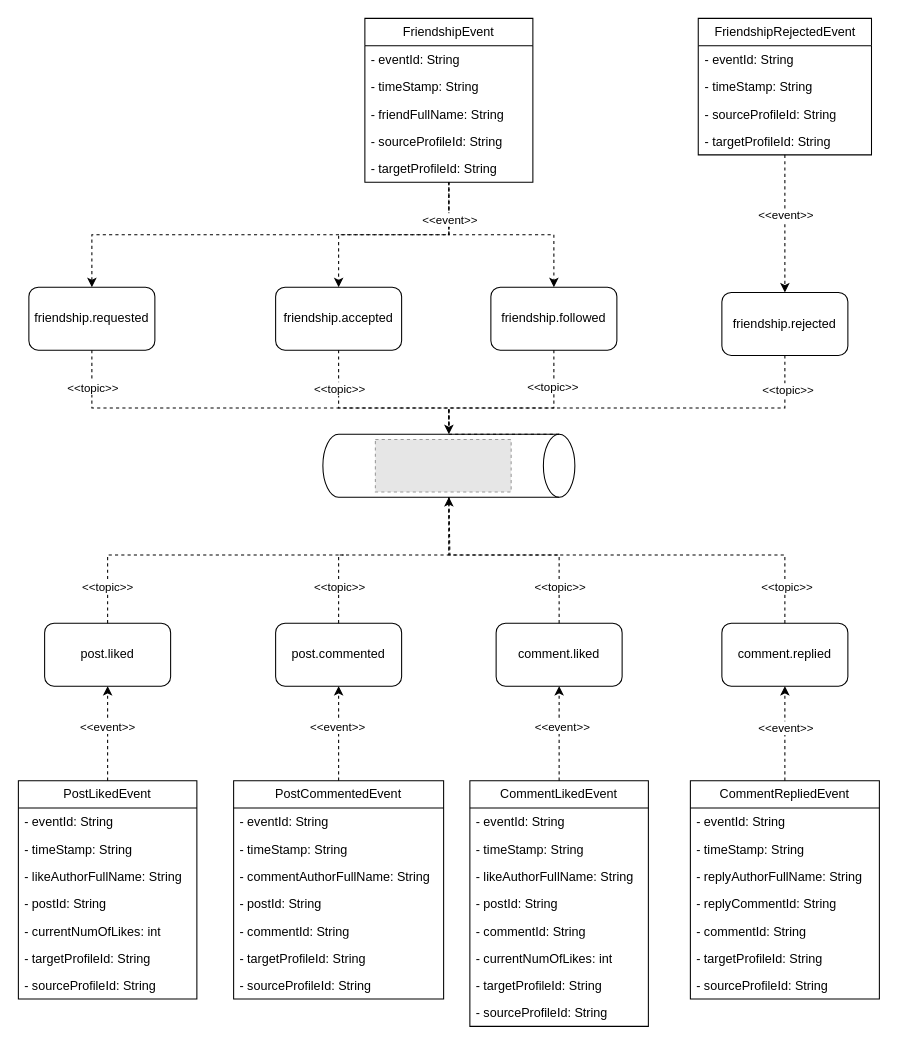
This is services/notifications/notifications-service/diagrams/notifications-kafka.drawio from szymonpoltorak/Social365, a draw.io file, before an edit. Source tidied: cells renumbered, new cells numbered last; positions are measured from the earlier drawing's top-left corner, leaving out a move shared by most shapes. Both pictures are drawn from the tidied source at 105%, with x=0, y=0 at pixel (18, 18). Pictures stored in the file or linked from it are replaced by grey dashed boxes.
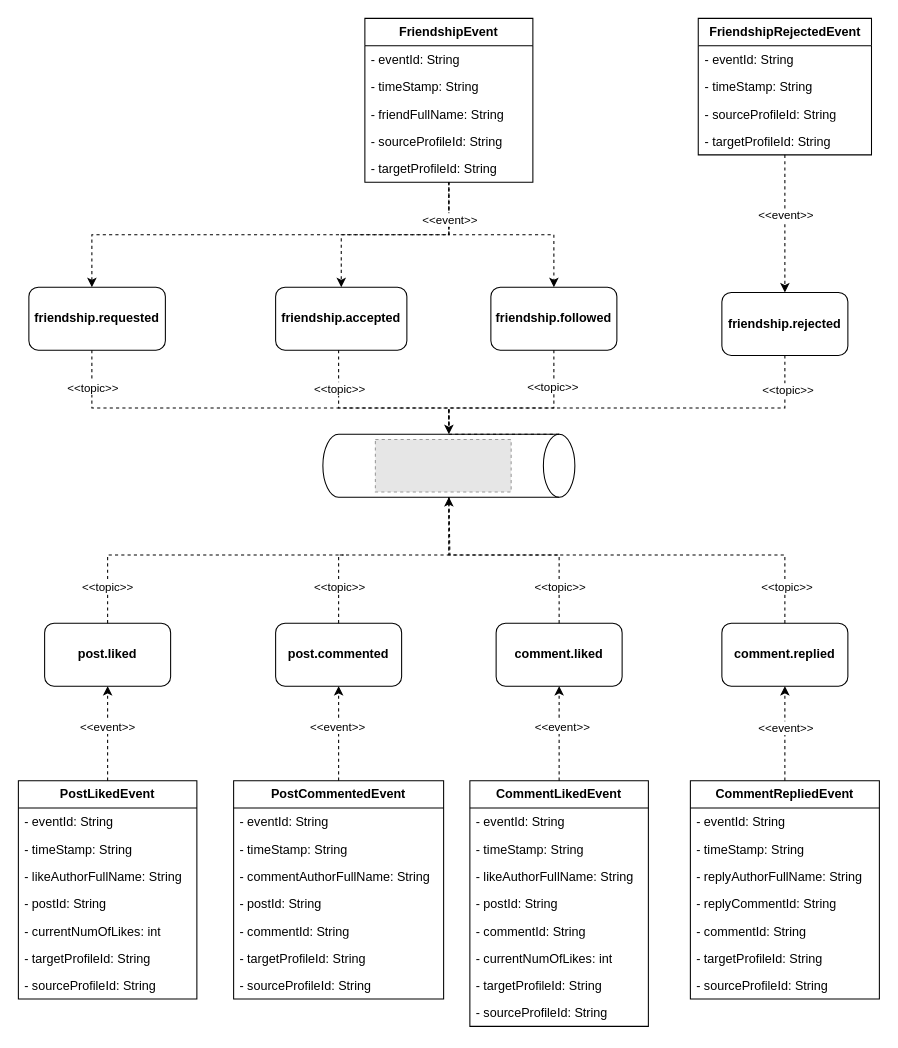
Above is the later version.

Change to the diagram source:
```diff
@@
-    <mxCell id="5" value="post.liked" style="rounded=1;whiteSpace=wrap;html=1;" parent="1" vertex="1">
+    <mxCell id="5" value="&lt;b&gt;post.liked&lt;/b&gt;" style="rounded=1;whiteSpace=wrap;html=1;" parent="1" vertex="1">
       <mxGeometry x="25" y="576" width="120" height="60" as="geometry" />
     </mxCell>
-    <mxCell id="6" value="post.commented" style="rounded=1;whiteSpace=wrap;html=1;" parent="1" vertex="1">
+    <mxCell id="6" value="&lt;b&gt;post.commented&lt;/b&gt;" style="rounded=1;whiteSpace=wrap;html=1;" parent="1" vertex="1">
       <mxGeometry x="245" y="576" width="120" height="60" as="geometry" />
     </mxCell>
-    <mxCell id="7" value="comment.liked" style="rounded=1;whiteSpace=wrap;html=1;" parent="1" vertex="1">
+    <mxCell id="7" value="&lt;b&gt;comment.liked&lt;/b&gt;" style="rounded=1;whiteSpace=wrap;html=1;" parent="1" vertex="1">
       <mxGeometry x="455" y="576" width="120" height="60" as="geometry" />
     </mxCell>
-    <mxCell id="8" value="comment.replied" style="rounded=1;whiteSpace=wrap;html=1;" parent="1" vertex="1">
+    <mxCell id="8" value="&lt;b&gt;comment.replied&lt;/b&gt;" style="rounded=1;whiteSpace=wrap;html=1;" parent="1" vertex="1">
       <mxGeometry x="670" y="576" width="120" height="60" as="geometry" />
     </mxCell>
@@
-    <mxCell id="10" value="friendship.requested" style="rounded=1;whiteSpace=wrap;html=1;" parent="1" vertex="1">
-      <mxGeometry x="10" y="256" width="120" height="60" as="geometry" />
+    <mxCell id="10" value="&lt;b&gt;friendship.requested&lt;/b&gt;" style="rounded=1;whiteSpace=wrap;html=1;" parent="1" vertex="1">
+      <mxGeometry x="10" y="256" width="130" height="60" as="geometry" />
     </mxCell>
-    <mxCell id="11" value="friendship.accepted" style="rounded=1;whiteSpace=wrap;html=1;" parent="1" vertex="1">
-      <mxGeometry x="245" y="256" width="120" height="60" as="geometry" />
+    <mxCell id="11" value="&lt;b&gt;friendship.accepted&lt;/b&gt;" style="rounded=1;whiteSpace=wrap;html=1;" parent="1" vertex="1">
+      <mxGeometry x="245" y="256" width="125" height="60" as="geometry" />
     </mxCell>
-    <mxCell id="12" value="friendship.followed" style="rounded=1;whiteSpace=wrap;html=1;" parent="1" vertex="1">
+    <mxCell id="12" value="&lt;b&gt;friendship.followed&lt;/b&gt;" style="rounded=1;whiteSpace=wrap;html=1;" parent="1" vertex="1">
       <mxGeometry x="450" y="256" width="120" height="60" as="geometry" />
     </mxCell>
@@
-    <mxCell id="29" value="PostLikedEvent" style="swimlane;fontStyle=0;horizontal=1;startSize=26;fillColor=none;whiteSpace=wrap;html=1;points=[[0,0,0,0,0],[0,0.25,0,0,0],[0,0.5,0,0,0],[0,0.75,0,0,0],[0,1,0,0,0],[0.25,0,0,0,0],[0.25,1,0,0,0],[0.5,0,0,0,0],[0.5,1,0,0,0],[0.75,0,0,0,0],[0.75,1,0,0,0],[1,0,0,0,0],[1,0.25,0,0,0],[1,0.5,0,0,0],[1,0.75,0,0,0],[1,1,0,0,0]];" parent="1" vertex="1">
+    <mxCell id="29" value="&lt;b&gt;PostLikedEvent&lt;/b&gt;" style="swimlane;fontStyle=0;horizontal=1;startSize=26;fillColor=none;whiteSpace=wrap;html=1;points=[[0,0,0,0,0],[0,0.25,0,0,0],[0,0.5,0,0,0],[0,0.75,0,0,0],[0,1,0,0,0],[0.25,0,0,0,0],[0.25,1,0,0,0],[0.5,0,0,0,0],[0.5,1,0,0,0],[0.75,0,0,0,0],[0.75,1,0,0,0],[1,0,0,0,0],[1,0.25,0,0,0],[1,0.5,0,0,0],[1,0.75,0,0,0],[1,1,0,0,0]];" parent="1" vertex="1">
       <mxGeometry y="726" width="170" height="208" as="geometry" />
     </mxCell>
@@
-    <mxCell id="39" value="PostCommentedEvent" style="swimlane;fontStyle=0;horizontal=1;startSize=26;fillColor=none;whiteSpace=wrap;html=1;" parent="1" vertex="1">
+    <mxCell id="39" value="&lt;b&gt;PostCommentedEvent&lt;/b&gt;" style="swimlane;fontStyle=0;horizontal=1;startSize=26;fillColor=none;whiteSpace=wrap;html=1;" parent="1" vertex="1">
       <mxGeometry x="205" y="726" width="200" height="208" as="geometry" />
     </mxCell>
@@
-    <mxCell id="49" value="CommentLikedEvent" style="swimlane;fontStyle=0;horizontal=1;startSize=26;fillColor=none;whiteSpace=wrap;html=1;" parent="1" vertex="1">
+    <mxCell id="49" value="&lt;b&gt;CommentLikedEvent&lt;/b&gt;" style="swimlane;fontStyle=0;horizontal=1;startSize=26;fillColor=none;whiteSpace=wrap;html=1;" parent="1" vertex="1">
       <mxGeometry x="430" y="726" width="170" height="234" as="geometry" />
     </mxCell>
@@
-    <mxCell id="60" value="CommentRepliedEvent" style="swimlane;fontStyle=0;horizontal=1;startSize=26;fillColor=none;whiteSpace=wrap;html=1;" parent="1" vertex="1">
+    <mxCell id="60" value="&lt;b&gt;CommentRepliedEvent&lt;/b&gt;" style="swimlane;fontStyle=0;horizontal=1;startSize=26;fillColor=none;whiteSpace=wrap;html=1;" parent="1" vertex="1">
       <mxGeometry x="640" y="726" width="180" height="208" as="geometry" />
     </mxCell>
@@
-    <mxCell id="71" value="FriendshipEvent" style="swimlane;fontStyle=0;horizontal=1;startSize=26;fillColor=none;whiteSpace=wrap;html=1;" parent="1" vertex="1">
+    <mxCell id="71" value="&lt;b&gt;FriendshipEvent&lt;/b&gt;" style="swimlane;fontStyle=0;horizontal=1;startSize=26;fillColor=none;whiteSpace=wrap;html=1;" parent="1" vertex="1">
       <mxGeometry x="330" width="160" height="156" as="geometry" />
     </mxCell>
@@
-    <mxCell id="77" value="friendship.rejected" style="rounded=1;whiteSpace=wrap;html=1;" parent="1" vertex="1">
+    <mxCell id="77" value="&lt;b&gt;friendship.rejected&lt;/b&gt;" style="rounded=1;whiteSpace=wrap;html=1;" parent="1" vertex="1">
       <mxGeometry x="670" y="261" width="120" height="60" as="geometry" />
     </mxCell>
@@
-    <mxCell id="82" value="FriendshipRejectedEvent" style="swimlane;fontStyle=0;horizontal=1;startSize=26;fillColor=none;whiteSpace=wrap;html=1;" parent="1" vertex="1">
+    <mxCell id="82" value="&lt;b&gt;FriendshipRejectedEvent&lt;/b&gt;" style="swimlane;fontStyle=0;horizontal=1;startSize=26;fillColor=none;whiteSpace=wrap;html=1;" parent="1" vertex="1">
       <mxGeometry x="647.5" width="165" height="130" as="geometry" />
     </mxCell>
```
